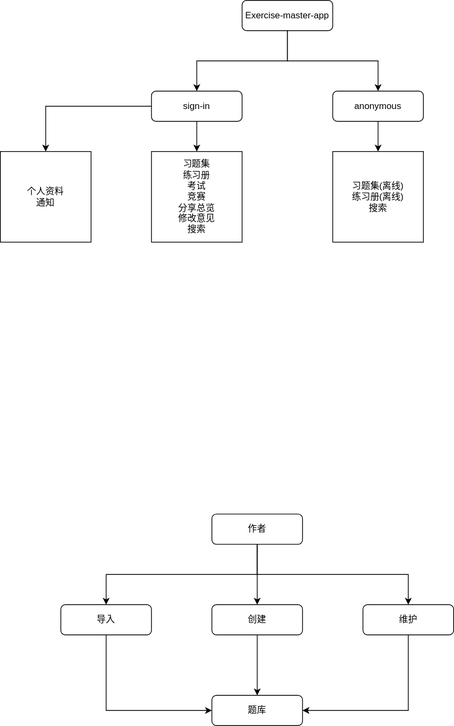
Before: exercise-master-app.svg, a diagram exported from draw.io (gaorock530/brainstorm). Source tidied: cells renumbered, new cells last; positions are measured from the earlier drawing's top-left corner, leaving out a move shared by most shapes.
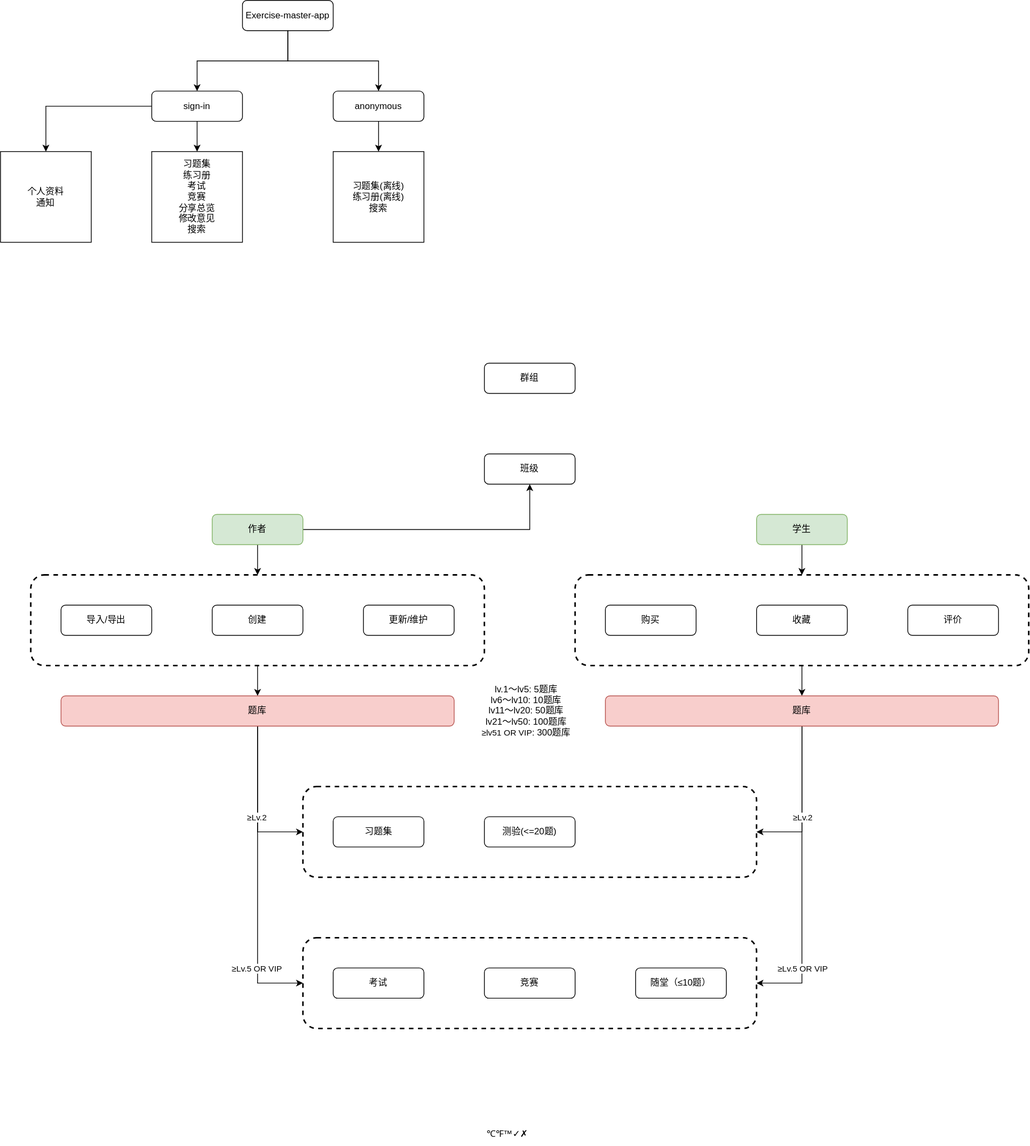
Later version of the same file.

Diff of the diagram source:
```diff
@@ -2,6 +2,15 @@
   <root>
     <mxCell id="0" />
     <mxCell id="1" parent="0" />
+    <mxCell id="24" style="rounded=1;whiteSpace=wrap;html=1;fillColor=none;strokeColor=#000000;dashed=1;strokeWidth=2;gradientColor=none;" parent="1" vertex="1">
+      <mxGeometry x="400" y="1240" width="600" height="120" as="geometry" />
+    </mxCell>
+    <mxCell id="25" style="edgeStyle=orthogonalEdgeStyle;rounded=0;jettySize=auto;html=1;entryX=0.5;entryY=0;entryDx=0;entryDy=0;" parent="1" edge="1" source="26" target="23">
+      <mxGeometry relative="1" as="geometry" />
+    </mxCell>
+    <mxCell id="26" style="rounded=1;whiteSpace=wrap;html=1;fillColor=none;strokeColor=#000000;dashed=1;strokeWidth=2;gradientColor=none;" parent="1" vertex="1">
+      <mxGeometry x="40" y="760" width="600" height="120" as="geometry" />
+    </mxCell>
     <mxCell id="2" style="edgeStyle=orthogonalEdgeStyle;rounded=0;jettySize=auto;html=1;entryX=0.5;entryY=0;entryDx=0;entryDy=0;" parent="1" edge="1" source="4" target="7">
       <mxGeometry relative="1" as="geometry" />
     </mxCell>
@@ -35,56 +44,112 @@
     <mxCell id="12" value="个人资料&lt;br&gt;通知" style="whiteSpace=wrap;html=1;" parent="1" vertex="1">
       <mxGeometry y="200" width="120" height="120" as="geometry" />
     </mxCell>
-    <mxCell id="13" style="edgeStyle=orthogonalEdgeStyle;rounded=0;jettySize=auto;html=1;entryX=0.5;entryY=0;entryDx=0;entryDy=0;" parent="1" edge="1" source="16" target="18">
-      <mxGeometry relative="1" as="geometry" />
-    </mxCell>
-    <mxCell id="14" style="edgeStyle=orthogonalEdgeStyle;rounded=0;jettySize=auto;html=1;entryX=0.5;entryY=0;entryDx=0;entryDy=0;" parent="1" edge="1" source="16" target="20">
-      <mxGeometry relative="1" as="geometry">
-        <Array as="points">
-          <mxPoint x="340" y="760" />
-          <mxPoint x="140" y="760" />
-        </Array>
-      </mxGeometry>
-    </mxCell>
-    <mxCell id="15" style="edgeStyle=orthogonalEdgeStyle;rounded=0;jettySize=auto;html=1;" parent="1" edge="1" source="16" target="22">
-      <mxGeometry relative="1" as="geometry">
-        <Array as="points">
-          <mxPoint x="340" y="760" />
-          <mxPoint x="540" y="760" />
-        </Array>
-      </mxGeometry>
-    </mxCell>
+    <mxCell id="27" style="edgeStyle=orthogonalEdgeStyle;rounded=0;jettySize=auto;html=1;entryX=0.5;entryY=0;entryDx=0;entryDy=0;" parent="1" edge="1" source="16" target="26">
+      <mxGeometry relative="1" as="geometry" />
+    </mxCell>
+    <mxCell id="28" style="edgeStyle=orthogonalEdgeStyle;rounded=0;jettySize=auto;html=1;" parent="1" edge="1" source="16" target="52">
+      <mxGeometry relative="1" as="geometry" />
+    </mxCell>
-    <mxCell id="16" value="作者" style="rounded=1;whiteSpace=wrap;html=1;" parent="1" vertex="1">
+    <mxCell id="16" value="作者" style="rounded=1;whiteSpace=wrap;html=1;fillColor=#d5e8d4;strokeColor=#82b366;" parent="1" vertex="1">
       <mxGeometry x="280" y="680" width="120" height="40" as="geometry" />
     </mxCell>
-    <mxCell id="17" style="edgeStyle=orthogonalEdgeStyle;rounded=0;jettySize=auto;html=1;entryX=0.5;entryY=0;entryDx=0;entryDy=0;" parent="1" edge="1" source="18" target="23">
-      <mxGeometry relative="1" as="geometry" />
-    </mxCell>
     <mxCell id="18" value="创建" style="rounded=1;whiteSpace=wrap;html=1;" parent="1" vertex="1">
       <mxGeometry x="280" y="800" width="120" height="40" as="geometry" />
     </mxCell>
-    <mxCell id="19" style="edgeStyle=orthogonalEdgeStyle;rounded=0;jettySize=auto;html=1;entryX=0;entryY=0.5;entryDx=0;entryDy=0;" parent="1" edge="1" source="20" target="23">
-      <mxGeometry relative="1" as="geometry">
-        <Array as="points">
-          <mxPoint x="140" y="940" />
-        </Array>
-      </mxGeometry>
-    </mxCell>
-    <mxCell id="20" value="导入" style="rounded=1;whiteSpace=wrap;html=1;" parent="1" vertex="1">
+    <mxCell id="20" value="导入/导出" style="rounded=1;whiteSpace=wrap;html=1;" parent="1" vertex="1">
       <mxGeometry x="80" y="800" width="120" height="40" as="geometry" />
     </mxCell>
-    <mxCell id="21" style="edgeStyle=orthogonalEdgeStyle;rounded=0;jettySize=auto;html=1;entryX=1;entryY=0.5;entryDx=0;entryDy=0;" parent="1" edge="1" source="22" target="23">
-      <mxGeometry relative="1" as="geometry">
-        <Array as="points">
-          <mxPoint x="540" y="940" />
-        </Array>
-      </mxGeometry>
-    </mxCell>
-    <mxCell id="22" value="维护" style="rounded=1;whiteSpace=wrap;html=1;" parent="1" vertex="1">
+    <mxCell id="22" value="更新/维护" style="rounded=1;whiteSpace=wrap;html=1;" parent="1" vertex="1">
       <mxGeometry x="480" y="800" width="120" height="40" as="geometry" />
     </mxCell>
+    <mxCell id="29" style="edgeStyle=orthogonalEdgeStyle;rounded=0;jettySize=auto;html=1;entryX=0;entryY=0.5;entryDx=0;entryDy=0;" parent="1" edge="1" source="23" target="50">
+      <mxGeometry relative="1" as="geometry" />
+    </mxCell>
+    <mxCell id="30" style="edgeStyle=orthogonalEdgeStyle;rounded=0;jettySize=auto;html=1;entryX=0;entryY=0.5;entryDx=0;entryDy=0;" parent="1" edge="1" source="23" target="24">
+      <mxGeometry relative="1" as="geometry" />
+    </mxCell>
+    <mxCell id="31" value="≥Lv.5 OR VIP" style="edgeLabel;html=1;align=center;verticalAlign=middle;" parent="30" vertex="1">
+      <mxGeometry x="0.25" y="-2" relative="1" as="geometry">
+        <mxPoint y="70" as="offset" />
+      </mxGeometry>
+    </mxCell>
+    <mxCell id="32" value="≥Lv.2" style="edgeLabel;html=1;align=center;verticalAlign=middle;" parent="30" vertex="1">
+      <mxGeometry x="-0.72" y="-2" relative="1" as="geometry">
+        <mxPoint y="65" as="offset" />
+      </mxGeometry>
+    </mxCell>
-    <mxCell id="23" value="题库" style="rounded=1;whiteSpace=wrap;html=1;" parent="1" vertex="1">
-      <mxGeometry x="280" y="920" width="120" height="40" as="geometry" />
+    <mxCell id="23" value="题库" style="rounded=1;whiteSpace=wrap;html=1;fillColor=#f8cecc;strokeColor=#b85450;" parent="1" vertex="1">
+      <mxGeometry x="80" y="920" width="520" height="40" as="geometry" />
     </mxCell>
+    <mxCell id="33" style="edgeStyle=orthogonalEdgeStyle;rounded=0;jettySize=auto;html=1;entryX=0.5;entryY=0;entryDx=0;entryDy=0;" parent="1" edge="1" source="34" target="42">
+      <mxGeometry relative="1" as="geometry" />
+    </mxCell>
+    <mxCell id="34" value="学生" style="rounded=1;whiteSpace=wrap;html=1;fillColor=#d5e8d4;strokeColor=#82b366;" parent="1" vertex="1">
+      <mxGeometry x="1000" y="680" width="120" height="40" as="geometry" />
+    </mxCell>
+    <mxCell id="35" value="购买" style="rounded=1;whiteSpace=wrap;html=1;" parent="1" vertex="1">
+      <mxGeometry x="800" y="800" width="120" height="40" as="geometry" />
+    </mxCell>
+    <mxCell id="36" value="收藏" style="rounded=1;whiteSpace=wrap;html=1;" parent="1" vertex="1">
+      <mxGeometry x="1000" y="800" width="120" height="40" as="geometry" />
+    </mxCell>
+    <mxCell id="37" value="评价" style="rounded=1;whiteSpace=wrap;html=1;" parent="1" vertex="1">
+      <mxGeometry x="1200" y="800" width="120" height="40" as="geometry" />
+    </mxCell>
+    <mxCell id="38" value="习题集" style="rounded=1;whiteSpace=wrap;html=1;" parent="1" vertex="1">
+      <mxGeometry x="440" y="1080" width="120" height="40" as="geometry" />
+    </mxCell>
+    <mxCell id="39" value="考试" style="rounded=1;whiteSpace=wrap;html=1;" parent="1" vertex="1">
+      <mxGeometry x="440" y="1280" width="120" height="40" as="geometry" />
+    </mxCell>
+    <mxCell id="40" value="竞赛" style="rounded=1;whiteSpace=wrap;html=1;" parent="1" vertex="1">
+      <mxGeometry x="640" y="1280" width="120" height="40" as="geometry" />
+    </mxCell>
+    <mxCell id="41" style="edgeStyle=orthogonalEdgeStyle;rounded=0;jettySize=auto;html=1;entryX=0.5;entryY=0;entryDx=0;entryDy=0;" parent="1" edge="1" source="42" target="47">
+      <mxGeometry relative="1" as="geometry" />
+    </mxCell>
+    <mxCell id="42" style="rounded=1;whiteSpace=wrap;html=1;fillColor=none;strokeColor=#000000;dashed=1;strokeWidth=2;gradientColor=none;" parent="1" vertex="1">
+      <mxGeometry x="760" y="760" width="600" height="120" as="geometry" />
+    </mxCell>
+    <mxCell id="43" style="edgeStyle=orthogonalEdgeStyle;rounded=0;jettySize=auto;html=1;entryX=1;entryY=0.5;entryDx=0;entryDy=0;" parent="1" edge="1" source="47" target="50">
+      <mxGeometry relative="1" as="geometry" />
+    </mxCell>
+    <mxCell id="44" style="edgeStyle=orthogonalEdgeStyle;rounded=0;jettySize=auto;html=1;entryX=1;entryY=0.5;entryDx=0;entryDy=0;" parent="1" edge="1" source="47" target="24">
+      <mxGeometry relative="1" as="geometry" />
+    </mxCell>
+    <mxCell id="45" value="≥Lv.2" style="edgeLabel;html=1;align=center;verticalAlign=middle;" parent="44" vertex="1">
+      <mxGeometry x="-0.69" relative="1" as="geometry">
+        <mxPoint y="57" as="offset" />
+      </mxGeometry>
+    </mxCell>
+    <mxCell id="46" value="≥Lv.5 OR VIP" style="edgeLabel;html=1;align=center;verticalAlign=middle;" parent="44" vertex="1">
+      <mxGeometry x="0.18" y="-2" relative="1" as="geometry">
+        <mxPoint x="2" y="84" as="offset" />
+      </mxGeometry>
+    </mxCell>
+    <mxCell id="47" value="题库" style="rounded=1;whiteSpace=wrap;html=1;fillColor=#f8cecc;strokeColor=#b85450;" parent="1" vertex="1">
+      <mxGeometry x="800" y="920" width="520" height="40" as="geometry" />
+    </mxCell>
+    <mxCell id="48" value="测验(&amp;lt;=20题)" style="rounded=1;whiteSpace=wrap;html=1;" parent="1" vertex="1">
+      <mxGeometry x="640" y="1080" width="120" height="40" as="geometry" />
+    </mxCell>
+    <mxCell id="49" value="随堂（≤10题）" style="rounded=1;whiteSpace=wrap;html=1;" parent="1" vertex="1">
+      <mxGeometry x="840" y="1280" width="120" height="40" as="geometry" />
+    </mxCell>
+    <mxCell id="50" style="rounded=1;whiteSpace=wrap;html=1;fillColor=none;strokeColor=#000000;dashed=1;strokeWidth=2;gradientColor=none;" parent="1" vertex="1">
+      <mxGeometry x="400" y="1040" width="600" height="120" as="geometry" />
+    </mxCell>
+    <mxCell id="51" value="群组" style="rounded=1;whiteSpace=wrap;html=1;" parent="1" vertex="1">
+      <mxGeometry x="640" y="480" width="120" height="40" as="geometry" />
+    </mxCell>
+    <mxCell id="52" value="班级" style="rounded=1;whiteSpace=wrap;html=1;" parent="1" vertex="1">
+      <mxGeometry x="640" y="600" width="120" height="40" as="geometry" />
+    </mxCell>
+    <mxCell id="53" value="lv.1～lv5: 5题库&lt;br&gt;lv6～lv10: 10题库&lt;br&gt;lv11～lv20: 50题库&lt;br&gt;lv21～lv50: 100题库&lt;br&gt;&lt;span style=&quot;font-size: 11px; background-color: rgb(255, 255, 255);&quot;&gt;≥lv51 OR VIP&lt;/span&gt;: 300题库" style="text;html=1;align=center;verticalAlign=middle;strokeColor=none;fillColor=none;" parent="1" vertex="1">
+      <mxGeometry x="620" y="895" width="150" height="90" as="geometry" />
+    </mxCell>
+    <mxCell id="54" value="℃℉™✓✗" style="text;html=1;align=center;verticalAlign=middle;strokeColor=none;fillColor=none;" parent="1" vertex="1">
+      <mxGeometry x="630" y="1485" width="80" height="30" as="geometry" />
+    </mxCell>
   </root>
 </mxGraphModel>
```
